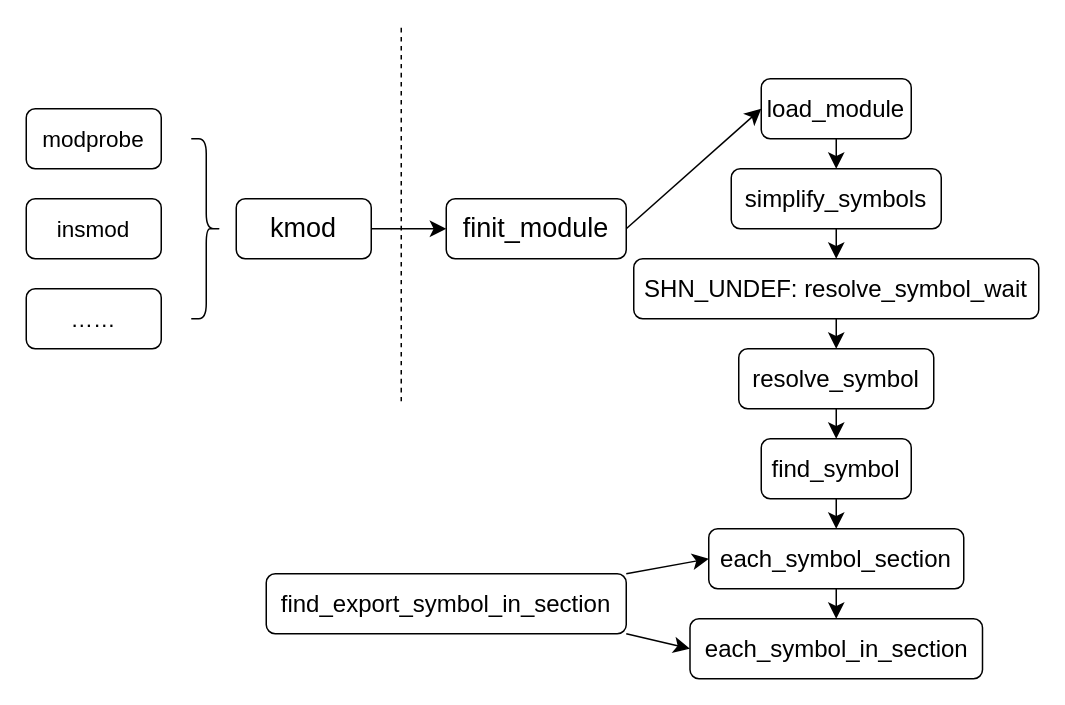
This is 未命名绘图.drawio from plotusim/home-, a draw.io file, before an edit. Source tidied: cells renumbered, new cells numbered last; positions are measured from the earlier drawing's top-left corner, leaving out a move shared by most shapes. Both pictures are drawn from the tidied source at 150%, with x=0, y=0 at pixel (26, 26).
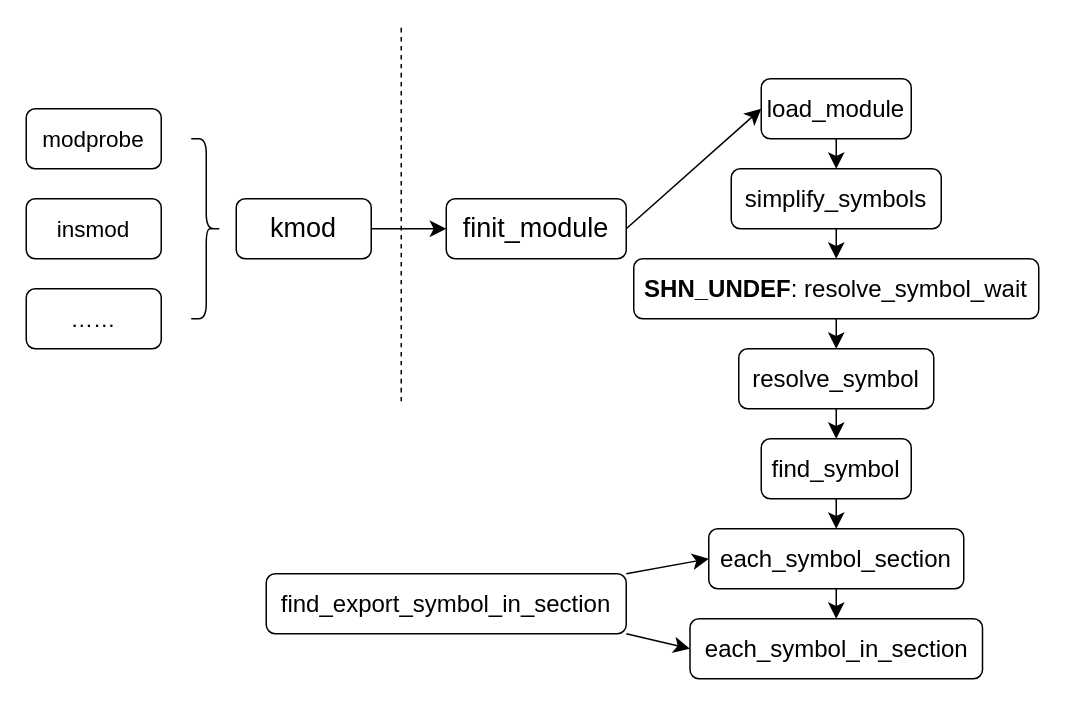
The same page after the edit.

Diff of the diagram source:
```diff
@@
-    <mxCell id="16" value="SHN_UNDEF: resolve_symbol_wait" style="rounded=1;whiteSpace=wrap;html=1;fontSize=16;" parent="1" vertex="1">
+    <mxCell id="16" value="&lt;b&gt;SHN_UNDEF&lt;/b&gt;: resolve_symbol_wait" style="rounded=1;whiteSpace=wrap;html=1;fontSize=16;" parent="1" vertex="1">
       <mxGeometry x="405" y="155" width="270" height="40" as="geometry" />
     </mxCell>
```
